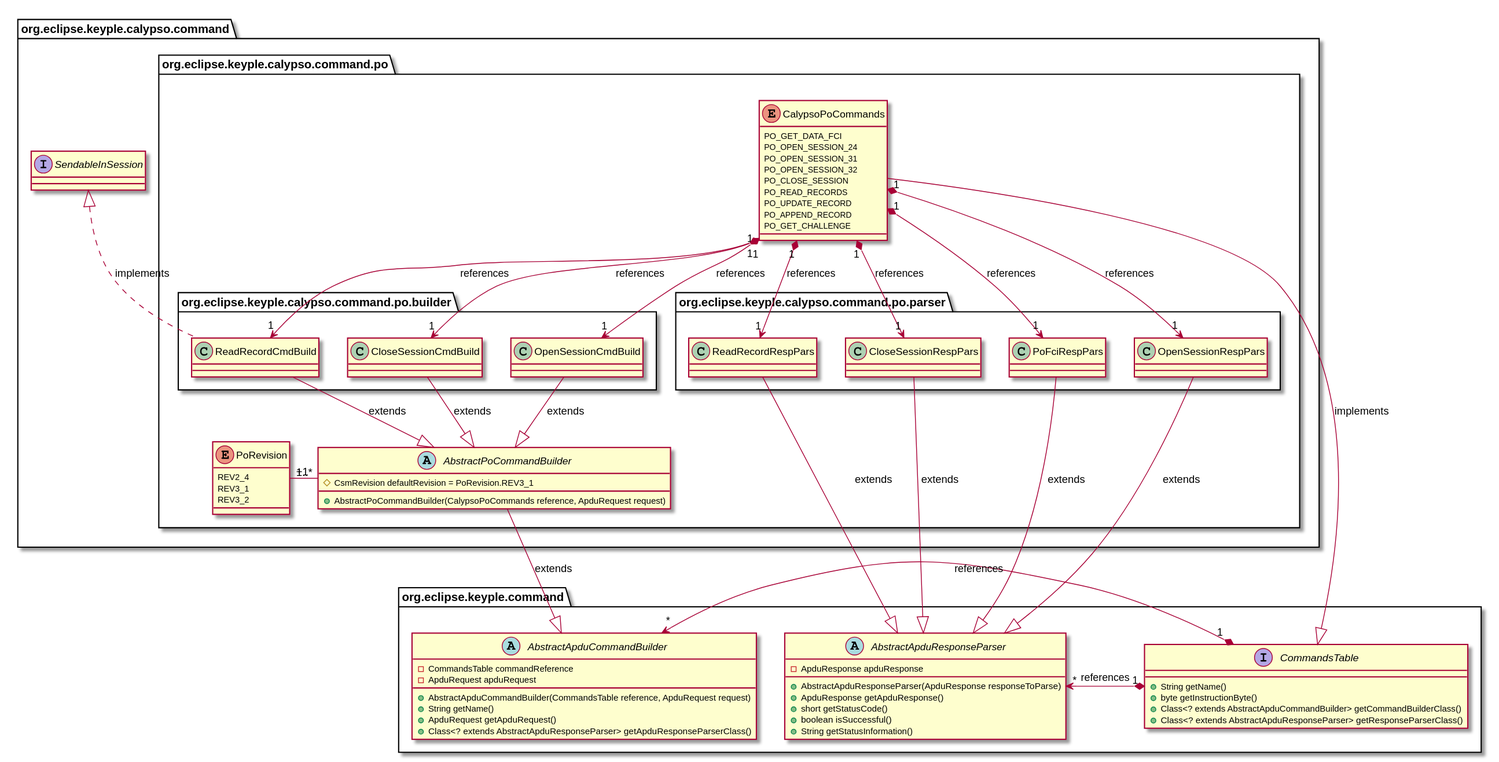
Before: keyple-extension-calypso-spec/img/uml-classDiagram-CalypsoCommand-PoCommands.svg, a diagram exported from PlantUML (yvonneyam/keyple-doc-yy).
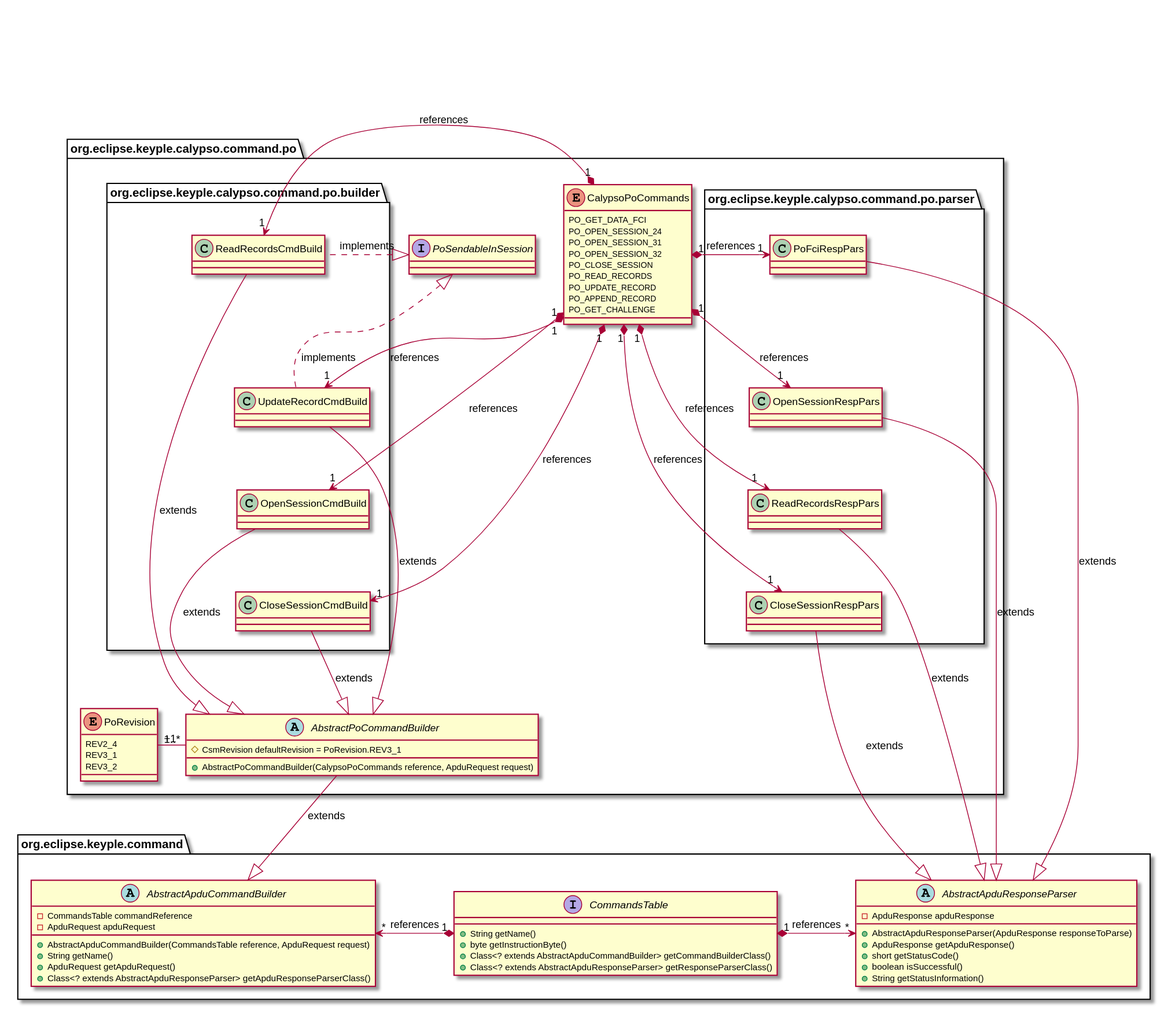
The same file after the commit.

Commit message:
Fix PO & CSM command tables

Change to the diagram source:
```diff
@@ -30,9 +30,57 @@
 CommandsTable "1" *-left-> "*" AbstractApduCommandBuilder : references
 CommandsTable "1" *-right-> "*" AbstractApduResponseParser : references
 }
-package org.eclipse.keyple.calypso.command #FFFFFF {
+package org.eclipse.keyple.calypso.command.po #FFFFFF {
 
-package org.eclipse.keyple.calypso.command.po #FFFFFF {
+interface PoSendableInSession
+
+package org.eclipse.keyple.calypso.command.po.builder #FFFFFF {
+
+class ReadRecordsCmdBuild
+class UpdateRecordCmdBuild
+class OpenSessionCmdBuild
+class CloseSessionCmdBuild
+
+ReadRecordsCmdBuild -down[hidden]- UpdateRecordCmdBuild
+UpdateRecordCmdBuild -down[hidden]- OpenSessionCmdBuild
+OpenSessionCmdBuild -down[hidden]- CloseSessionCmdBuild
+
+ReadRecordsCmdBuild .left.|> PoSendableInSession : implements
+UpdateRecordCmdBuild .left.|> PoSendableInSession : implements
+}
+
+enum CalypsoPoCommands {
+  PO_GET_DATA_FCI
+  PO_OPEN_SESSION_24
+  PO_OPEN_SESSION_31
+  PO_OPEN_SESSION_32
+  PO_CLOSE_SESSION
+  PO_READ_RECORDS
+  PO_UPDATE_RECORD
+  PO_APPEND_RECORD
+  PO_GET_CHALLENGE
+}
+
+package org.eclipse.keyple.calypso.command.po.parser #FFFFFF {
+class PoFciRespPars
+class OpenSessionRespPars
+class ReadRecordsRespPars
+class CloseSessionRespPars
+
+PoFciRespPars -down[hidden]- OpenSessionRespPars
+OpenSessionRespPars -down[hidden]- ReadRecordsRespPars
+ReadRecordsRespPars -down[hidden]- CloseSessionRespPars
+}
+
+CalypsoPoCommands "1" *-left-> "1" OpenSessionCmdBuild : references
+CalypsoPoCommands "1" *--> "1" ReadRecordsCmdBuild : references
+CalypsoPoCommands "1" *--> "1" UpdateRecordCmdBuild : references
+CalypsoPoCommands "1" *--> "1" CloseSessionCmdBuild : references
+
+CalypsoPoCommands "1" *-right-> "1" PoFciRespPars : references
+CalypsoPoCommands "1" *--> "1" OpenSessionRespPars : references
+CalypsoPoCommands "1" *--> "1" ReadRecordsRespPars : references
+CalypsoPoCommands "1" *--> "1" CloseSessionRespPars : references
 
 abstract AbstractPoCommandBuilder {
   #CsmRevision defaultRevision = PoRevision.REV3_1
@@ -47,55 +95,18 @@
 
 PoRevision "+1" -right- "1..*" AbstractPoCommandBuilder
 
-enum CalypsoPoCommands {
-  PO_GET_DATA_FCI
-  PO_OPEN_SESSION_24
-  PO_OPEN_SESSION_31
-  PO_OPEN_SESSION_32
-  PO_CLOSE_SESSION
-  PO_READ_RECORDS
-  PO_UPDATE_RECORD
-  PO_APPEND_RECORD
-  PO_GET_CHALLENGE
+OpenSessionCmdBuild --|> AbstractPoCommandBuilder : extends
+ReadRecordsCmdBuild --|> AbstractPoCommandBuilder : extends
+UpdateRecordCmdBuild --|> AbstractPoCommandBuilder : extends
+CloseSessionCmdBuild --|> AbstractPoCommandBuilder : extends
+
+org.eclipse.keyple.calypso.command.po.builder -down[hidden]- AbstractPoCommandBuilder
 }
 
-
-package org.eclipse.keyple.calypso.command.po.builder #FFFFFF {
-class OpenSessionCmdBuild
-class ReadRecordCmdBuild
-class CloseSessionCmdBuild
-}
-
-package org.eclipse.keyple.calypso.command.po.parser #FFFFFF {
-class PoFciRespPars
-class OpenSessionRespPars
-class ReadRecordRespPars
-class CloseSessionRespPars
-}
-
-OpenSessionCmdBuild --|> AbstractPoCommandBuilder : extends
-ReadRecordCmdBuild --|> AbstractPoCommandBuilder : extends
-CloseSessionCmdBuild --|> AbstractPoCommandBuilder : extends
-
-CalypsoPoCommands "1" *--> "1" OpenSessionCmdBuild : references
-CalypsoPoCommands "1" *--> "1" ReadRecordCmdBuild : references
-CalypsoPoCommands "1" *--> "1" CloseSessionCmdBuild : references
-
-CalypsoPoCommands "1" *--> "1" PoFciRespPars : references
-CalypsoPoCommands "1" *--> "1" OpenSessionRespPars : references
-CalypsoPoCommands "1" *--> "1" ReadRecordRespPars : references
-CalypsoPoCommands "1" *--> "1" CloseSessionRespPars : references
-}
-
-interface SendableInSession
-ReadRecordCmdBuild .up.|> SendableInSession : implements
-}
-
-CalypsoPoCommands --|> CommandsTable : implements
 AbstractPoCommandBuilder -down-|> AbstractApduCommandBuilder : extends
 
 PoFciRespPars--|> AbstractApduResponseParser : extends
 OpenSessionRespPars --|> AbstractApduResponseParser : extends
-ReadRecordRespPars --|> AbstractApduResponseParser : extends
+ReadRecordsRespPars --|> AbstractApduResponseParser : extends
 CloseSessionRespPars --|> AbstractApduResponseParser : extends
 @enduml
```
